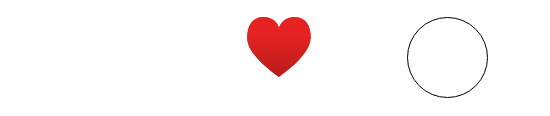
WestdeutscherRundfunkKoeln/drawio_diagrams keeps this draw.io diagram as zmdb3.drawio. Above is the earlier version. Source tidied: cells renumbered, new cells numbered last; positions are measured from the earlier drawing's top-left corner, leaving out a move shared by most shapes. Both pictures are drawn from the tidied source at 100%, with x=0, y=0 at pixel (247, 17).
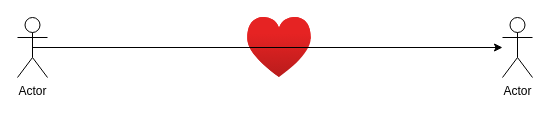
The same diagram, later.

Diff of the diagram source:
```diff
@@
 <mxGraphModel>
   <root>
     <mxCell id="0" />
     <mxCell id="1" parent="0" />
     <mxCell id="2" style="html=1;align=center;image;fontSize=12;image=img/lib/azure2/general/Heart.svg;" parent="1" vertex="1">
       <mxGeometry width="64" height="60" as="geometry" />
     </mxCell>
-    <mxCell id="3" style="ellipse;whiteSpace=wrap;html=1;" parent="1" vertex="1">
-      <mxGeometry x="160" width="80" height="80" as="geometry" />
-    </mxCell>
+    <mxCell id="4" style="edgeStyle=orthogonalEdgeStyle;rounded=0;jettySize=auto;html=1;exitX=0.5;exitY=0.5;exitDx=0;exitDy=0;exitPerimeter=0;" parent="1" edge="1" source="5" target="6">
+      <mxGeometry relative="1" as="geometry" />
+    </mxCell>
+    <mxCell id="5" value="Actor" style="shape=umlActor;verticalLabelPosition=bottom;verticalAlign=top;html=1;outlineConnect=0;" parent="1" vertex="1">
+      <mxGeometry x="-230" width="30" height="60" as="geometry" />
+    </mxCell>
+    <mxCell id="6" value="Actor" style="shape=umlActor;verticalLabelPosition=bottom;verticalAlign=top;html=1;outlineConnect=0;" parent="1" vertex="1">
+      <mxGeometry x="255" width="30" height="60" as="geometry" />
+    </mxCell>
   </root>
 </mxGraphModel>
```
